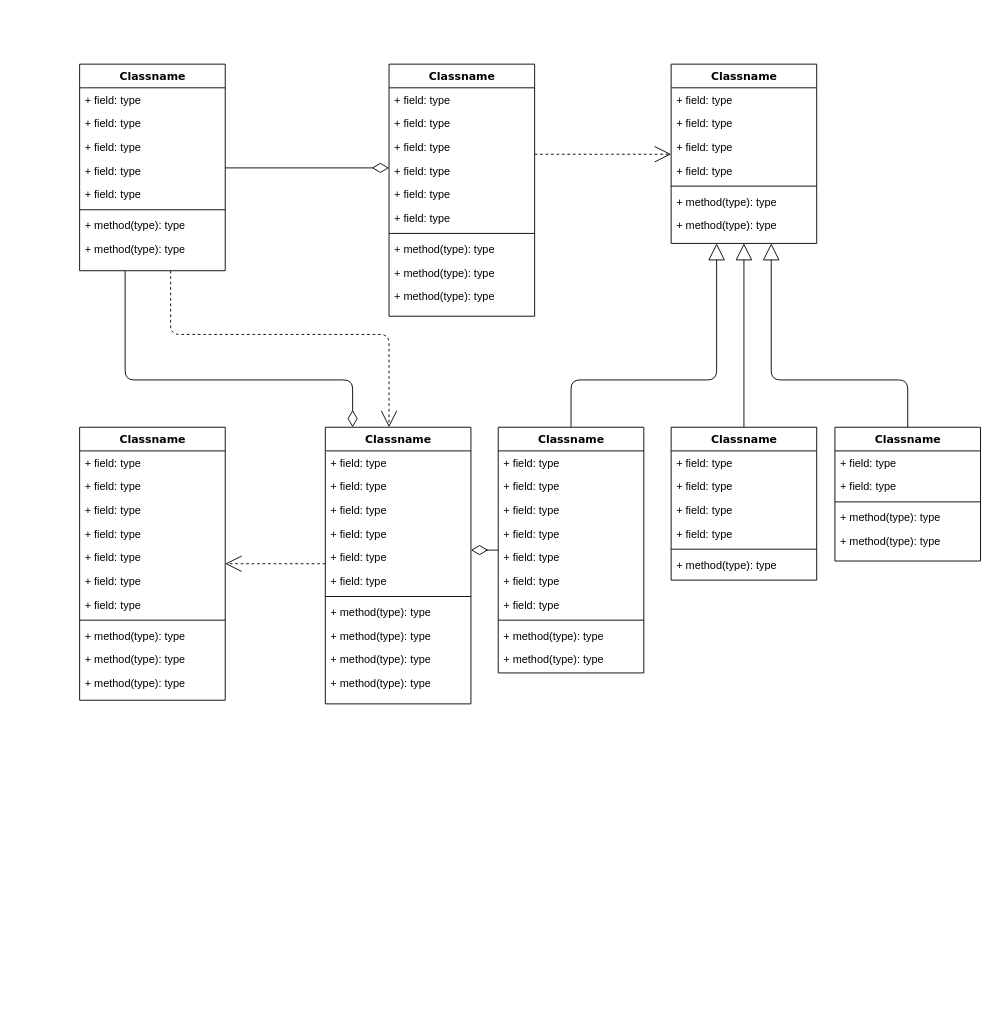
Before: 合同E-R图.drawio in leonhard1Q84/leonhard1Q84.github.io, a draw.io diagram. Source tidied: cells renumbered, new cells numbered last; positions are measured from the earlier drawing's top-left corner, leaving out a move shared by most shapes. Both pictures are drawn from the tidied source at 91%, with x=0, y=0 at pixel (79, 64).
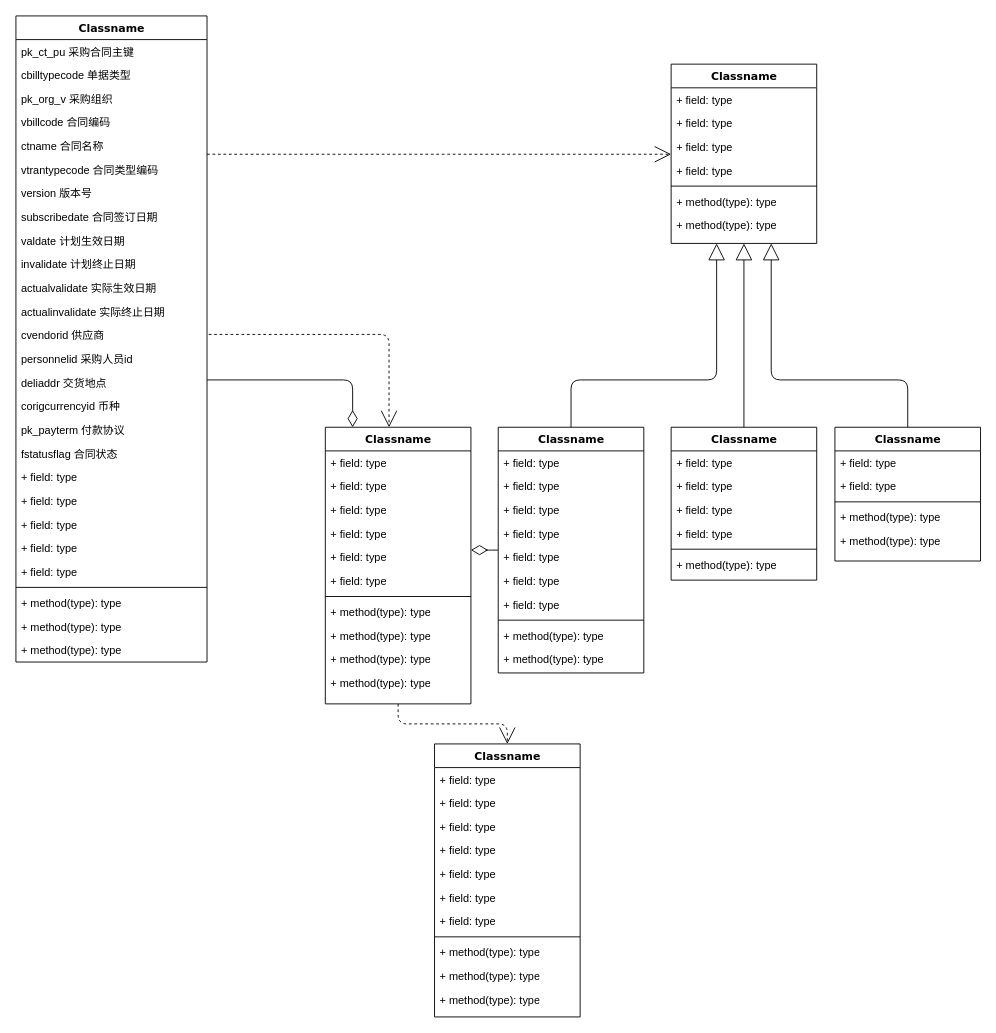
The same diagram, later.

Commit message:
更新合同E-R图.drawio

The change refers to these unchanged cells:
```xml
<mxCell id="47" value="Classname" style="swimlane;html=1;fontStyle=1;align=center;verticalAlign=top;horizontal=1;startSize=26;swimlaneFillColor=#ffffff;rounded=0;shadow=0;comic=0;labelBackgroundColor=none;strokeWidth=1;fillColor=none;fontFamily=Verdana;fontSize=12;" parent="1" vertex="1">
  <mxGeometry x="270" y="399" width="160" height="304" as="geometry" />
</mxCell>
```

Change to the diagram source:
```diff
@@
-    <mxCell id="2" style="edgeStyle=orthogonalEdgeStyle;html=1;labelBackgroundColor=none;startFill=0;startSize=8;endArrow=open;endFill=0;endSize=16;fontFamily=Verdana;fontSize=12;dashed=1;" parent="1" edge="1" source="4" target="47">
+    <mxCell id="2" style="edgeStyle=orthogonalEdgeStyle;html=1;labelBackgroundColor=none;startFill=0;startSize=8;endArrow=open;endFill=0;endSize=16;fontFamily=Verdana;fontSize=12;dashed=1;" parent="1" edge="1" target="47">
       <mxGeometry relative="1" as="geometry">
+        <mxPoint x="100" y="227" as="sourcePoint" />
         <Array as="points">
           <mxPoint x="100" y="297" />
           <mxPoint x="340" y="297" />
         </Array>
       </mxGeometry>
     </mxCell>
-    <mxCell id="3" style="edgeStyle=orthogonalEdgeStyle;html=1;labelBackgroundColor=none;startFill=0;startSize=8;endArrow=diamondThin;endFill=0;endSize=16;fontFamily=Verdana;fontSize=12;" parent="1" edge="1" source="4" target="47">
+    <mxCell id="3" style="edgeStyle=orthogonalEdgeStyle;html=1;labelBackgroundColor=none;startFill=0;startSize=8;endArrow=diamondThin;endFill=0;endSize=16;fontFamily=Verdana;fontSize=12;" parent="1" edge="1" target="47">
       <mxGeometry relative="1" as="geometry">
+        <mxPoint x="50" y="227" as="sourcePoint" />
         <Array as="points">
           <mxPoint x="50" y="347" />
           <mxPoint x="300" y="347" />
         </Array>
       </mxGeometry>
     </mxCell>
-    <mxCell id="4" value="Classname" style="swimlane;html=1;fontStyle=1;align=center;verticalAlign=top;horizontal=1;startSize=26;swimlaneFillColor=#ffffff;rounded=0;shadow=0;comic=0;labelBackgroundColor=none;strokeWidth=1;fillColor=none;fontFamily=Verdana;fontSize=12;" parent="1" vertex="1">
-      <mxGeometry width="160" height="227" as="geometry" />
-    </mxCell>
-    <mxCell id="5" value="+ field: type" style="text;html=1;strokeColor=none;fillColor=none;align=left;verticalAlign=top;spacingLeft=4;spacingRight=4;whiteSpace=wrap;overflow=hidden;" parent="4" vertex="1">
-      <mxGeometry y="26" width="160" height="26" as="geometry" />
-    </mxCell>
-    <mxCell id="6" value="+ field: type" style="text;html=1;strokeColor=none;fillColor=none;align=left;verticalAlign=top;spacingLeft=4;spacingRight=4;whiteSpace=wrap;overflow=hidden;" parent="4" vertex="1">
-      <mxGeometry y="52" width="160" height="26" as="geometry" />
-    </mxCell>
-    <mxCell id="7" value="+ field: type" style="text;html=1;strokeColor=none;fillColor=none;align=left;verticalAlign=top;spacingLeft=4;spacingRight=4;whiteSpace=wrap;overflow=hidden;" parent="4" vertex="1">
-      <mxGeometry y="78" width="160" height="26" as="geometry" />
-    </mxCell>
-    <mxCell id="8" value="+ field: type" style="text;html=1;strokeColor=none;fillColor=none;align=left;verticalAlign=top;spacingLeft=4;spacingRight=4;whiteSpace=wrap;overflow=hidden;" parent="4" vertex="1">
-      <mxGeometry y="104" width="160" height="26" as="geometry" />
-    </mxCell>
-    <mxCell id="9" value="+ field: type" style="text;html=1;strokeColor=none;fillColor=none;align=left;verticalAlign=top;spacingLeft=4;spacingRight=4;whiteSpace=wrap;overflow=hidden;" parent="4" vertex="1">
-      <mxGeometry y="130" width="160" height="26" as="geometry" />
-    </mxCell>
-    <mxCell id="10" style="line;html=1;strokeWidth=1;fillColor=none;align=left;verticalAlign=middle;spacingTop=-1;spacingLeft=3;spacingRight=3;labelPosition=right;" parent="4" vertex="1">
-      <mxGeometry y="156" width="160" height="8" as="geometry" />
-    </mxCell>
-    <mxCell id="11" value="+ method(type): type" style="text;html=1;strokeColor=none;fillColor=none;align=left;verticalAlign=top;spacingLeft=4;spacingRight=4;whiteSpace=wrap;overflow=hidden;" parent="4" vertex="1">
-      <mxGeometry y="164" width="160" height="26" as="geometry" />
-    </mxCell>
-    <mxCell id="12" value="+ method(type): type" style="text;html=1;strokeColor=none;fillColor=none;align=left;verticalAlign=top;spacingLeft=4;spacingRight=4;whiteSpace=wrap;overflow=hidden;" parent="4" vertex="1">
-      <mxGeometry y="190" width="160" height="26" as="geometry" />
-    </mxCell>
@@
     <mxCell id="14" value="Classname" style="swimlane;html=1;fontStyle=1;align=center;verticalAlign=top;horizontal=1;startSize=26;swimlaneFillColor=#ffffff;rounded=0;shadow=0;comic=0;labelBackgroundColor=none;strokeWidth=1;fillColor=none;fontFamily=Verdana;fontSize=12;" parent="1" vertex="1">
-      <mxGeometry x="340" width="160" height="277" as="geometry" />
+      <mxGeometry x="-70" y="-53" width="210" height="710" as="geometry" />
     </mxCell>
-    <mxCell id="15" value="+ field: type" style="text;html=1;strokeColor=none;fillColor=none;align=left;verticalAlign=top;spacingLeft=4;spacingRight=4;whiteSpace=wrap;overflow=hidden;" parent="14" vertex="1">
-      <mxGeometry y="26" width="160" height="26" as="geometry" />
+    <mxCell id="15" value="pk_ct_pu 采购合同主键" style="text;html=1;strokeColor=none;fillColor=none;align=left;verticalAlign=top;spacingLeft=4;spacingRight=4;whiteSpace=wrap;overflow=hidden;" parent="14" vertex="1">
+      <mxGeometry y="26" width="210" height="26" as="geometry" />
     </mxCell>
-    <mxCell id="16" value="+ field: type" style="text;html=1;strokeColor=none;fillColor=none;align=left;verticalAlign=top;spacingLeft=4;spacingRight=4;whiteSpace=wrap;overflow=hidden;" parent="14" vertex="1">
-      <mxGeometry y="52" width="160" height="26" as="geometry" />
+    <mxCell id="16" value="cbilltypecode 单据类型" style="text;html=1;strokeColor=none;fillColor=none;align=left;verticalAlign=top;spacingLeft=4;spacingRight=4;whiteSpace=wrap;overflow=hidden;" parent="14" vertex="1">
+      <mxGeometry y="52" width="210" height="26" as="geometry" />
     </mxCell>
+    <mxCell id="87" value="pk_org_v 采购组织" style="text;html=1;strokeColor=none;fillColor=none;align=left;verticalAlign=top;spacingLeft=4;spacingRight=4;whiteSpace=wrap;overflow=hidden;" parent="14" vertex="1">
+      <mxGeometry y="78" width="210" height="26" as="geometry" />
+    </mxCell>
+    <mxCell id="88" value="vbillcode 合同编码" style="text;html=1;strokeColor=none;fillColor=none;align=left;verticalAlign=top;spacingLeft=4;spacingRight=4;whiteSpace=wrap;overflow=hidden;" parent="14" vertex="1">
+      <mxGeometry y="104" width="210" height="26" as="geometry" />
+    </mxCell>
-    <mxCell id="17" value="+ field: type" style="text;html=1;strokeColor=none;fillColor=none;align=left;verticalAlign=top;spacingLeft=4;spacingRight=4;whiteSpace=wrap;overflow=hidden;" parent="14" vertex="1">
-      <mxGeometry y="78" width="160" height="26" as="geometry" />
+    <mxCell id="17" value="ctname 合同名称" style="text;html=1;strokeColor=none;fillColor=none;align=left;verticalAlign=top;spacingLeft=4;spacingRight=4;whiteSpace=wrap;overflow=hidden;" parent="14" vertex="1">
+      <mxGeometry y="130" width="210" height="26" as="geometry" />
     </mxCell>
+    <mxCell id="89" value="vtrantypecode 合同类型编码" style="text;html=1;strokeColor=none;fillColor=none;align=left;verticalAlign=top;spacingLeft=4;spacingRight=4;whiteSpace=wrap;overflow=hidden;" parent="14" vertex="1">
+      <mxGeometry y="156" width="210" height="26" as="geometry" />
+    </mxCell>
+    <mxCell id="90" value="version 版本号" style="text;html=1;strokeColor=none;fillColor=none;align=left;verticalAlign=top;spacingLeft=4;spacingRight=4;whiteSpace=wrap;overflow=hidden;" parent="14" vertex="1">
+      <mxGeometry y="182" width="210" height="26" as="geometry" />
+    </mxCell>
+    <mxCell id="91" value="subscribedate 合同签订日期" style="text;html=1;strokeColor=none;fillColor=none;align=left;verticalAlign=top;spacingLeft=4;spacingRight=4;whiteSpace=wrap;overflow=hidden;" parent="14" vertex="1">
+      <mxGeometry y="208" width="210" height="26" as="geometry" />
+    </mxCell>
+    <mxCell id="92" value="valdate 计划生效日期" style="text;html=1;strokeColor=none;fillColor=none;align=left;verticalAlign=top;spacingLeft=4;spacingRight=4;whiteSpace=wrap;overflow=hidden;" parent="14" vertex="1">
+      <mxGeometry y="234" width="210" height="26" as="geometry" />
+    </mxCell>
+    <mxCell id="93" value="invalidate 计划终止日期" style="text;html=1;strokeColor=none;fillColor=none;align=left;verticalAlign=top;spacingLeft=4;spacingRight=4;whiteSpace=wrap;overflow=hidden;" parent="14" vertex="1">
+      <mxGeometry y="260" width="210" height="26" as="geometry" />
+    </mxCell>
+    <mxCell id="94" value="actualvalidate 实际生效日期" style="text;html=1;strokeColor=none;fillColor=none;align=left;verticalAlign=top;spacingLeft=4;spacingRight=4;whiteSpace=wrap;overflow=hidden;" parent="14" vertex="1">
+      <mxGeometry y="286" width="210" height="26" as="geometry" />
+    </mxCell>
+    <mxCell id="95" value="actualinvalidate 实际终止日期" style="text;html=1;strokeColor=none;fillColor=none;align=left;verticalAlign=top;spacingLeft=4;spacingRight=4;whiteSpace=wrap;overflow=hidden;" parent="14" vertex="1">
+      <mxGeometry y="312" width="210" height="26" as="geometry" />
+    </mxCell>
+    <mxCell id="96" value="cvendorid 供应商" style="text;html=1;strokeColor=none;fillColor=none;align=left;verticalAlign=top;spacingLeft=4;spacingRight=4;whiteSpace=wrap;overflow=hidden;" parent="14" vertex="1">
+      <mxGeometry y="338" width="210" height="26" as="geometry" />
+    </mxCell>
+    <mxCell id="97" value="personnelid 采购人员id" style="text;html=1;strokeColor=none;fillColor=none;align=left;verticalAlign=top;spacingLeft=4;spacingRight=4;whiteSpace=wrap;overflow=hidden;" parent="14" vertex="1">
+      <mxGeometry y="364" width="210" height="26" as="geometry" />
+    </mxCell>
+    <mxCell id="98" value="deliaddr 交货地点" style="text;html=1;strokeColor=none;fillColor=none;align=left;verticalAlign=top;spacingLeft=4;spacingRight=4;whiteSpace=wrap;overflow=hidden;" parent="14" vertex="1">
+      <mxGeometry y="390" width="210" height="26" as="geometry" />
+    </mxCell>
+    <mxCell id="99" value="corigcurrencyid 币种" style="text;html=1;strokeColor=none;fillColor=none;align=left;verticalAlign=top;spacingLeft=4;spacingRight=4;whiteSpace=wrap;overflow=hidden;" parent="14" vertex="1">
+      <mxGeometry y="416" width="210" height="26" as="geometry" />
+    </mxCell>
+    <mxCell id="100" value="pk_payterm 付款协议" style="text;html=1;strokeColor=none;fillColor=none;align=left;verticalAlign=top;spacingLeft=4;spacingRight=4;whiteSpace=wrap;overflow=hidden;" parent="14" vertex="1">
+      <mxGeometry y="442" width="210" height="26" as="geometry" />
+    </mxCell>
+    <mxCell id="101" value="fstatusflag 合同状态" style="text;html=1;strokeColor=none;fillColor=none;align=left;verticalAlign=top;spacingLeft=4;spacingRight=4;whiteSpace=wrap;overflow=hidden;" parent="14" vertex="1">
+      <mxGeometry y="468" width="210" height="26" as="geometry" />
+    </mxCell>
+    <mxCell id="102" value="+ field: type" style="text;html=1;strokeColor=none;fillColor=none;align=left;verticalAlign=top;spacingLeft=4;spacingRight=4;whiteSpace=wrap;overflow=hidden;" parent="14" vertex="1">
+      <mxGeometry y="494" width="210" height="26" as="geometry" />
+    </mxCell>
     <mxCell id="18" value="+ field: type" style="text;html=1;strokeColor=none;fillColor=none;align=left;verticalAlign=top;spacingLeft=4;spacingRight=4;whiteSpace=wrap;overflow=hidden;" parent="14" vertex="1">
-      <mxGeometry y="104" width="160" height="26" as="geometry" />
+      <mxGeometry y="520" width="210" height="26" as="geometry" />
     </mxCell>
+    <mxCell id="103" value="+ field: type" style="text;html=1;strokeColor=none;fillColor=none;align=left;verticalAlign=top;spacingLeft=4;spacingRight=4;whiteSpace=wrap;overflow=hidden;" parent="14" vertex="1">
+      <mxGeometry y="546" width="210" height="26" as="geometry" />
+    </mxCell>
     <mxCell id="19" value="+ field: type" style="text;html=1;strokeColor=none;fillColor=none;align=left;verticalAlign=top;spacingLeft=4;spacingRight=4;whiteSpace=wrap;overflow=hidden;" parent="14" vertex="1">
-      <mxGeometry y="130" width="160" height="26" as="geometry" />
+      <mxGeometry y="572" width="210" height="26" as="geometry" />
     </mxCell>
     <mxCell id="20" value="+ field: type" style="text;html=1;strokeColor=none;fillColor=none;align=left;verticalAlign=top;spacingLeft=4;spacingRight=4;whiteSpace=wrap;overflow=hidden;" parent="14" vertex="1">
-      <mxGeometry y="156" width="160" height="26" as="geometry" />
+      <mxGeometry y="598" width="210" height="26" as="geometry" />
     </mxCell>
     <mxCell id="21" style="line;html=1;strokeWidth=1;fillColor=none;align=left;verticalAlign=middle;spacingTop=-1;spacingLeft=3;spacingRight=3;labelPosition=right;" parent="14" vertex="1">
-      <mxGeometry y="182" width="160" height="8" as="geometry" />
+      <mxGeometry y="624" width="210" height="8" as="geometry" />
     </mxCell>
     <mxCell id="22" value="+ method(type): type" style="text;html=1;strokeColor=none;fillColor=none;align=left;verticalAlign=top;spacingLeft=4;spacingRight=4;whiteSpace=wrap;overflow=hidden;" parent="14" vertex="1">
-      <mxGeometry y="190" width="160" height="26" as="geometry" />
+      <mxGeometry y="632" width="210" height="26" as="geometry" />
     </mxCell>
     <mxCell id="23" value="+ method(type): type" style="text;html=1;strokeColor=none;fillColor=none;align=left;verticalAlign=top;spacingLeft=4;spacingRight=4;whiteSpace=wrap;overflow=hidden;" parent="14" vertex="1">
-      <mxGeometry y="216" width="160" height="26" as="geometry" />
+      <mxGeometry y="658" width="210" height="26" as="geometry" />
     </mxCell>
     <mxCell id="24" value="+ method(type): type" style="text;html=1;strokeColor=none;fillColor=none;align=left;verticalAlign=top;spacingLeft=4;spacingRight=4;whiteSpace=wrap;overflow=hidden;" parent="14" vertex="1">
-      <mxGeometry y="242" width="160" height="26" as="geometry" />
+      <mxGeometry y="684" width="210" height="26" as="geometry" />
     </mxCell>
@@
     <mxCell id="34" value="Classname" style="swimlane;html=1;fontStyle=1;align=center;verticalAlign=top;horizontal=1;startSize=26;swimlaneFillColor=#ffffff;rounded=0;shadow=0;comic=0;labelBackgroundColor=none;strokeWidth=1;fillColor=none;fontFamily=Verdana;fontSize=12;" parent="1" vertex="1">
-      <mxGeometry y="399" width="160" height="300" as="geometry" />
+      <mxGeometry x="390" y="747" width="160" height="300" as="geometry" />
     </mxCell>
@@
-    <mxCell id="86" style="edgeStyle=elbowEdgeStyle;html=1;labelBackgroundColor=none;startFill=0;startSize=8;endArrow=diamondThin;endFill=0;endSize=16;fontFamily=Verdana;fontSize=12;elbow=vertical;" parent="1" edge="1" source="4" target="14">
-      <mxGeometry relative="1" as="geometry" />
-    </mxCell>
```
